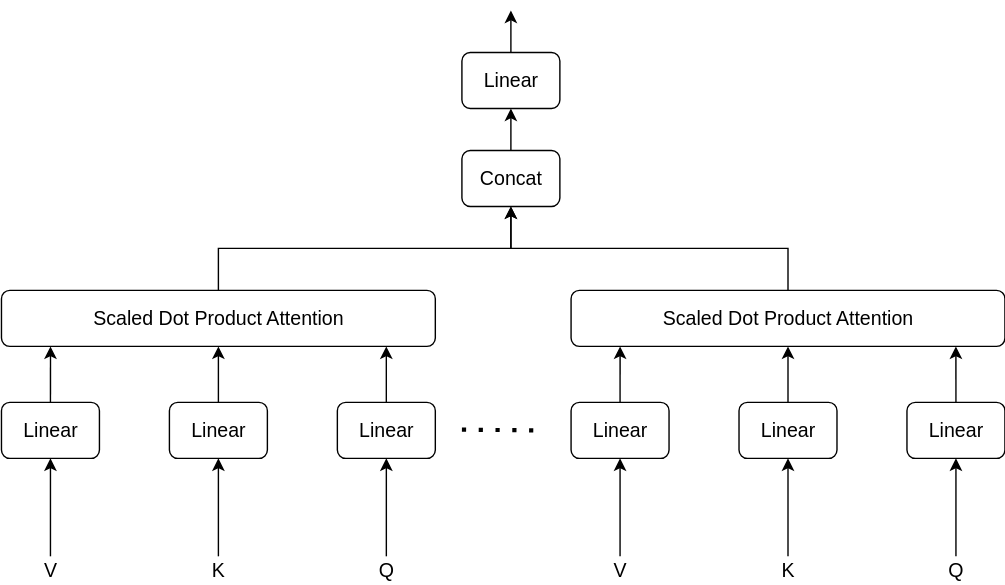
This is images/MultiHeadsAttention.svg from caosheng01/Learn_LLM_from_scratch, a draw.io export, as it was before one commit. Source tidied: cells renumbered, new cells last; positions are measured from the earlier drawing's top-left corner, leaving out a move shared by most shapes.
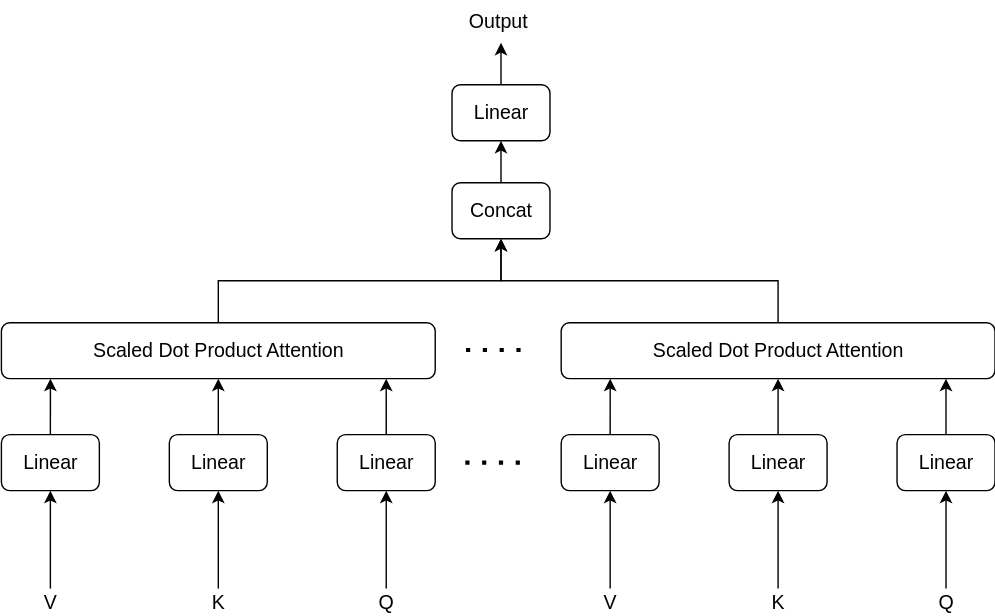
After the commit.

Commit message:
Complete Self-Attention

Diff of the diagram source:
```diff
@@ -2,109 +2,118 @@
   <root>
     <mxCell id="0" />
     <mxCell id="1" parent="0" />
-    <mxCell id="2" style="edgeStyle=orthogonalEdgeStyle;rounded=0;jettySize=auto;html=1;exitX=0.5;exitY=0;exitDx=0;exitDy=0;entryX=0.113;entryY=1;entryDx=0;entryDy=0;entryPerimeter=0;" parent="1" edge="1" source="3" target="9">
-      <mxGeometry relative="1" as="geometry" />
+    <mxCell id="2" style="endArrow=none;dashed=1;html=1;dashPattern=1 3;strokeWidth=3;rounded=0;" parent="1" edge="1">
+      <mxGeometry relative="1" as="geometry">
+        <mxPoint x="338.5" y="219.5" as="sourcePoint" />
+        <mxPoint x="378.5" y="219.5" as="targetPoint" />
+      </mxGeometry>
     </mxCell>
-    <mxCell id="3" value="&lt;font style=&quot;font-size: 14px&quot;&gt;Linear&lt;/font&gt;" style="rounded=1;whiteSpace=wrap;html=1;" parent="1" vertex="1">
-      <mxGeometry x="-0.5" y="280" width="70" height="40" as="geometry" />
+    <mxCell id="3" style="edgeStyle=orthogonalEdgeStyle;rounded=0;jettySize=auto;html=1;exitX=0.5;exitY=0;exitDx=0;exitDy=0;entryX=0.113;entryY=1;entryDx=0;entryDy=0;entryPerimeter=0;" parent="1" edge="1" source="4" target="10">
+      <mxGeometry relative="1" as="geometry" />
     </mxCell>
-    <mxCell id="4" style="edgeStyle=orthogonalEdgeStyle;rounded=0;jettySize=auto;html=1;exitX=0.5;exitY=0;exitDx=0;exitDy=0;entryX=0.5;entryY=1;entryDx=0;entryDy=0;" parent="1" edge="1" source="5" target="9">
-      <mxGeometry relative="1" as="geometry" />
+    <mxCell id="4" value="&lt;font style=&quot;font-size: 14px&quot;&gt;Linear&lt;/font&gt;" style="rounded=1;whiteSpace=wrap;html=1;" parent="1" vertex="1">
+      <mxGeometry x="6.5" y="280" width="70" height="40" as="geometry" />
     </mxCell>
-    <mxCell id="5" value="&lt;font style=&quot;font-size: 14px&quot;&gt;Linear&lt;/font&gt;" style="rounded=1;whiteSpace=wrap;html=1;" parent="1" vertex="1">
-      <mxGeometry x="119.5" y="280" width="70" height="40" as="geometry" />
+    <mxCell id="5" style="edgeStyle=orthogonalEdgeStyle;rounded=0;jettySize=auto;html=1;exitX=0.5;exitY=0;exitDx=0;exitDy=0;entryX=0.5;entryY=1;entryDx=0;entryDy=0;" parent="1" edge="1" source="6" target="10">
+      <mxGeometry relative="1" as="geometry" />
     </mxCell>
-    <mxCell id="6" style="edgeStyle=orthogonalEdgeStyle;rounded=0;jettySize=auto;html=1;exitX=0.5;exitY=0;exitDx=0;exitDy=0;entryX=0.887;entryY=1;entryDx=0;entryDy=0;entryPerimeter=0;" parent="1" edge="1" source="7" target="9">
-      <mxGeometry relative="1" as="geometry" />
+    <mxCell id="6" value="&lt;font style=&quot;font-size: 14px&quot;&gt;Linear&lt;/font&gt;" style="rounded=1;whiteSpace=wrap;html=1;" parent="1" vertex="1">
+      <mxGeometry x="126.5" y="280" width="70" height="40" as="geometry" />
     </mxCell>
-    <mxCell id="7" value="&lt;font style=&quot;font-size: 14px&quot;&gt;Linear&lt;/font&gt;" style="rounded=1;whiteSpace=wrap;html=1;" parent="1" vertex="1">
-      <mxGeometry x="239.5" y="280" width="70" height="40" as="geometry" />
+    <mxCell id="7" style="edgeStyle=orthogonalEdgeStyle;rounded=0;jettySize=auto;html=1;exitX=0.5;exitY=0;exitDx=0;exitDy=0;entryX=0.887;entryY=1;entryDx=0;entryDy=0;entryPerimeter=0;" parent="1" edge="1" source="8" target="10">
+      <mxGeometry relative="1" as="geometry" />
     </mxCell>
-    <mxCell id="8" style="edgeStyle=orthogonalEdgeStyle;rounded=0;jettySize=auto;html=1;exitX=0.5;exitY=0;exitDx=0;exitDy=0;entryX=0.5;entryY=1;entryDx=0;entryDy=0;" parent="1" edge="1" source="9" target="17">
-      <mxGeometry relative="1" as="geometry" />
+    <mxCell id="8" value="&lt;font style=&quot;font-size: 14px&quot;&gt;Linear&lt;/font&gt;" style="rounded=1;whiteSpace=wrap;html=1;" parent="1" vertex="1">
+      <mxGeometry x="246.5" y="280" width="70" height="40" as="geometry" />
     </mxCell>
-    <mxCell id="9" value="&lt;font style=&quot;font-size: 14px&quot;&gt;Scaled Dot Product Attention&lt;/font&gt;" style="rounded=1;whiteSpace=wrap;html=1;" parent="1" vertex="1">
-      <mxGeometry x="-0.5" y="200" width="310" height="40" as="geometry" />
+    <mxCell id="9" style="edgeStyle=orthogonalEdgeStyle;rounded=0;jettySize=auto;html=1;exitX=0.5;exitY=0;exitDx=0;exitDy=0;entryX=0.5;entryY=1;entryDx=0;entryDy=0;" parent="1" edge="1" source="10" target="18">
+      <mxGeometry relative="1" as="geometry" />
     </mxCell>
-    <mxCell id="10" style="edgeStyle=orthogonalEdgeStyle;rounded=0;jettySize=auto;html=1;exitX=0.5;exitY=0;exitDx=0;exitDy=0;" parent="1" edge="1" source="11" target="3">
-      <mxGeometry relative="1" as="geometry" />
+    <mxCell id="10" value="&lt;font style=&quot;font-size: 14px&quot;&gt;Scaled Dot Product Attention&lt;/font&gt;" style="rounded=1;whiteSpace=wrap;html=1;" parent="1" vertex="1">
+      <mxGeometry x="6.5" y="200" width="310" height="40" as="geometry" />
     </mxCell>
-    <mxCell id="11" value="&lt;font style=&quot;font-size: 14px&quot;&gt;V&lt;/font&gt;" style="text;html=1;strokeColor=none;fillColor=none;align=center;verticalAlign=middle;whiteSpace=wrap;rounded=0;" parent="1" vertex="1">
-      <mxGeometry x="14.5" y="390" width="40" height="20" as="geometry" />
+    <mxCell id="11" style="edgeStyle=orthogonalEdgeStyle;rounded=0;jettySize=auto;html=1;exitX=0.5;exitY=0;exitDx=0;exitDy=0;" parent="1" edge="1" source="12" target="4">
+      <mxGeometry relative="1" as="geometry" />
     </mxCell>
-    <mxCell id="12" style="edgeStyle=orthogonalEdgeStyle;rounded=0;jettySize=auto;html=1;exitX=0.5;exitY=0;exitDx=0;exitDy=0;entryX=0.5;entryY=1;entryDx=0;entryDy=0;" parent="1" edge="1" source="13" target="7">
-      <mxGeometry relative="1" as="geometry" />
+    <mxCell id="12" value="&lt;font style=&quot;font-size: 14px&quot;&gt;V&lt;/font&gt;" style="text;html=1;strokeColor=none;fillColor=none;align=center;verticalAlign=middle;whiteSpace=wrap;rounded=0;" parent="1" vertex="1">
+      <mxGeometry x="21.5" y="390" width="40" height="20" as="geometry" />
     </mxCell>
-    <mxCell id="13" value="&lt;font style=&quot;font-size: 14px&quot;&gt;Q&lt;/font&gt;" style="text;html=1;strokeColor=none;fillColor=none;align=center;verticalAlign=middle;whiteSpace=wrap;rounded=0;" parent="1" vertex="1">
-      <mxGeometry x="254.5" y="390" width="40" height="20" as="geometry" />
+    <mxCell id="13" style="edgeStyle=orthogonalEdgeStyle;rounded=0;jettySize=auto;html=1;exitX=0.5;exitY=0;exitDx=0;exitDy=0;entryX=0.5;entryY=1;entryDx=0;entryDy=0;" parent="1" edge="1" source="14" target="8">
+      <mxGeometry relative="1" as="geometry" />
     </mxCell>
-    <mxCell id="14" style="edgeStyle=orthogonalEdgeStyle;rounded=0;jettySize=auto;html=1;exitX=0.5;exitY=0;exitDx=0;exitDy=0;entryX=0.5;entryY=1;entryDx=0;entryDy=0;" parent="1" edge="1" source="15" target="5">
-      <mxGeometry relative="1" as="geometry" />
+    <mxCell id="14" value="&lt;font style=&quot;font-size: 14px&quot;&gt;Q&lt;/font&gt;" style="text;html=1;strokeColor=none;fillColor=none;align=center;verticalAlign=middle;whiteSpace=wrap;rounded=0;" parent="1" vertex="1">
+      <mxGeometry x="261.5" y="390" width="40" height="20" as="geometry" />
     </mxCell>
-    <mxCell id="15" value="&lt;font style=&quot;font-size: 14px&quot;&gt;K&lt;/font&gt;" style="text;html=1;strokeColor=none;fillColor=none;align=center;verticalAlign=middle;whiteSpace=wrap;rounded=0;" parent="1" vertex="1">
-      <mxGeometry x="134.5" y="390" width="40" height="20" as="geometry" />
+    <mxCell id="15" style="edgeStyle=orthogonalEdgeStyle;rounded=0;jettySize=auto;html=1;exitX=0.5;exitY=0;exitDx=0;exitDy=0;entryX=0.5;entryY=1;entryDx=0;entryDy=0;" parent="1" edge="1" source="16" target="6">
+      <mxGeometry relative="1" as="geometry" />
     </mxCell>
-    <mxCell id="16" style="edgeStyle=orthogonalEdgeStyle;rounded=0;jettySize=auto;html=1;exitX=0.5;exitY=0;exitDx=0;exitDy=0;" parent="1" edge="1" source="17" target="34">
-      <mxGeometry relative="1" as="geometry" />
+    <mxCell id="16" value="&lt;font style=&quot;font-size: 14px&quot;&gt;K&lt;/font&gt;" style="text;html=1;strokeColor=none;fillColor=none;align=center;verticalAlign=middle;whiteSpace=wrap;rounded=0;" parent="1" vertex="1">
+      <mxGeometry x="141.5" y="390" width="40" height="20" as="geometry" />
     </mxCell>
-    <mxCell id="17" value="&lt;font style=&quot;font-size: 14px&quot;&gt;Concat&lt;/font&gt;" style="rounded=1;whiteSpace=wrap;html=1;" parent="1" vertex="1">
-      <mxGeometry x="328.5" y="100" width="70" height="40" as="geometry" />
+    <mxCell id="17" style="edgeStyle=orthogonalEdgeStyle;rounded=0;jettySize=auto;html=1;exitX=0.5;exitY=0;exitDx=0;exitDy=0;" parent="1" edge="1" source="18" target="35">
+      <mxGeometry relative="1" as="geometry" />
     </mxCell>
-    <mxCell id="18" style="endArrow=none;dashed=1;html=1;dashPattern=1 3;strokeWidth=3;rounded=0;" parent="1" edge="1">
-      <mxGeometry relative="1" as="geometry">
-        <mxPoint x="328.5" y="299.5" as="sourcePoint" />
-        <mxPoint x="380.5" y="300" as="targetPoint" />
-      </mxGeometry>
+    <mxCell id="18" value="&lt;font style=&quot;font-size: 14px&quot;&gt;Concat&lt;/font&gt;" style="rounded=1;whiteSpace=wrap;html=1;" parent="1" vertex="1">
+      <mxGeometry x="328.5" y="100" width="70" height="40" as="geometry" />
     </mxCell>
-    <mxCell id="19" style="edgeStyle=orthogonalEdgeStyle;rounded=0;jettySize=auto;html=1;exitX=0.5;exitY=0;exitDx=0;exitDy=0;entryX=0.113;entryY=1;entryDx=0;entryDy=0;entryPerimeter=0;" parent="1" edge="1" source="20" target="26">
-      <mxGeometry relative="1" as="geometry" />
+    <mxCell id="19" style="endArrow=none;dashed=1;html=1;dashPattern=1 3;strokeWidth=3;rounded=0;" parent="1" edge="1">
+      <mxGeometry relative="1" as="geometry">
+        <mxPoint x="338" y="300" as="sourcePoint" />
+        <mxPoint x="380.5" y="300" as="targetPoint" />
+      </mxGeometry>
     </mxCell>
-    <mxCell id="20" value="&lt;font style=&quot;font-size: 14px&quot;&gt;Linear&lt;/font&gt;" style="rounded=1;whiteSpace=wrap;html=1;" parent="1" vertex="1">
-      <mxGeometry x="406.5" y="280" width="70" height="40" as="geometry" />
+    <mxCell id="20" style="edgeStyle=orthogonalEdgeStyle;rounded=0;jettySize=auto;html=1;exitX=0.5;exitY=0;exitDx=0;exitDy=0;entryX=0.113;entryY=1;entryDx=0;entryDy=0;entryPerimeter=0;" parent="1" edge="1" source="21" target="27">
+      <mxGeometry relative="1" as="geometry" />
     </mxCell>
-    <mxCell id="21" style="edgeStyle=orthogonalEdgeStyle;rounded=0;jettySize=auto;html=1;exitX=0.5;exitY=0;exitDx=0;exitDy=0;entryX=0.5;entryY=1;entryDx=0;entryDy=0;" parent="1" edge="1" source="22" target="26">
-      <mxGeometry relative="1" as="geometry" />
+    <mxCell id="21" value="&lt;font style=&quot;font-size: 14px&quot;&gt;Linear&lt;/font&gt;" style="rounded=1;whiteSpace=wrap;html=1;" parent="1" vertex="1">
+      <mxGeometry x="406.5" y="280" width="70" height="40" as="geometry" />
     </mxCell>
-    <mxCell id="22" value="&lt;font style=&quot;font-size: 14px&quot;&gt;Linear&lt;/font&gt;" style="rounded=1;whiteSpace=wrap;html=1;" parent="1" vertex="1">
-      <mxGeometry x="526.5" y="280" width="70" height="40" as="geometry" />
+    <mxCell id="22" style="edgeStyle=orthogonalEdgeStyle;rounded=0;jettySize=auto;html=1;exitX=0.5;exitY=0;exitDx=0;exitDy=0;entryX=0.5;entryY=1;entryDx=0;entryDy=0;" parent="1" edge="1" source="23" target="27">
+      <mxGeometry relative="1" as="geometry" />
     </mxCell>
-    <mxCell id="23" style="edgeStyle=orthogonalEdgeStyle;rounded=0;jettySize=auto;html=1;exitX=0.5;exitY=0;exitDx=0;exitDy=0;entryX=0.887;entryY=1;entryDx=0;entryDy=0;entryPerimeter=0;" parent="1" edge="1" source="24" target="26">
-      <mxGeometry relative="1" as="geometry" />
+    <mxCell id="23" value="&lt;font style=&quot;font-size: 14px&quot;&gt;Linear&lt;/font&gt;" style="rounded=1;whiteSpace=wrap;html=1;" parent="1" vertex="1">
+      <mxGeometry x="526.5" y="280" width="70" height="40" as="geometry" />
     </mxCell>
-    <mxCell id="24" value="&lt;font style=&quot;font-size: 14px&quot;&gt;Linear&lt;/font&gt;" style="rounded=1;whiteSpace=wrap;html=1;" parent="1" vertex="1">
-      <mxGeometry x="646.5" y="280" width="70" height="40" as="geometry" />
+    <mxCell id="24" style="edgeStyle=orthogonalEdgeStyle;rounded=0;jettySize=auto;html=1;exitX=0.5;exitY=0;exitDx=0;exitDy=0;entryX=0.887;entryY=1;entryDx=0;entryDy=0;entryPerimeter=0;" parent="1" edge="1" source="25" target="27">
+      <mxGeometry relative="1" as="geometry" />
     </mxCell>
-    <mxCell id="25" style="edgeStyle=orthogonalEdgeStyle;rounded=0;jettySize=auto;html=1;exitX=0.5;exitY=0;exitDx=0;exitDy=0;entryX=0.5;entryY=1;entryDx=0;entryDy=0;" parent="1" edge="1" source="26" target="17">
-      <mxGeometry relative="1" as="geometry" />
+    <mxCell id="25" value="&lt;font style=&quot;font-size: 14px&quot;&gt;Linear&lt;/font&gt;" style="rounded=1;whiteSpace=wrap;html=1;" parent="1" vertex="1">
+      <mxGeometry x="646.5" y="280" width="70" height="40" as="geometry" />
     </mxCell>
-    <mxCell id="26" value="&lt;font style=&quot;font-size: 14px&quot;&gt;Scaled Dot Product Attention&lt;/font&gt;" style="rounded=1;whiteSpace=wrap;html=1;" parent="1" vertex="1">
-      <mxGeometry x="406.5" y="200" width="310" height="40" as="geometry" />
+    <mxCell id="26" style="edgeStyle=orthogonalEdgeStyle;rounded=0;jettySize=auto;html=1;exitX=0.5;exitY=0;exitDx=0;exitDy=0;entryX=0.5;entryY=1;entryDx=0;entryDy=0;" parent="1" edge="1" source="27" target="18">
+      <mxGeometry relative="1" as="geometry" />
     </mxCell>
-    <mxCell id="27" style="edgeStyle=orthogonalEdgeStyle;rounded=0;jettySize=auto;html=1;exitX=0.5;exitY=0;exitDx=0;exitDy=0;" parent="1" edge="1" source="28" target="20">
-      <mxGeometry relative="1" as="geometry" />
+    <mxCell id="27" value="&lt;font style=&quot;font-size: 14px&quot;&gt;Scaled Dot Product Attention&lt;/font&gt;" style="rounded=1;whiteSpace=wrap;html=1;" parent="1" vertex="1">
+      <mxGeometry x="406.5" y="200" width="310" height="40" as="geometry" />
     </mxCell>
-    <mxCell id="28" value="&lt;font style=&quot;font-size: 14px&quot;&gt;V&lt;/font&gt;" style="text;html=1;strokeColor=none;fillColor=none;align=center;verticalAlign=middle;whiteSpace=wrap;rounded=0;" parent="1" vertex="1">
-      <mxGeometry x="421.5" y="390" width="40" height="20" as="geometry" />
+    <mxCell id="28" style="edgeStyle=orthogonalEdgeStyle;rounded=0;jettySize=auto;html=1;exitX=0.5;exitY=0;exitDx=0;exitDy=0;" parent="1" edge="1" source="29" target="21">
+      <mxGeometry relative="1" as="geometry" />
     </mxCell>
-    <mxCell id="29" style="edgeStyle=orthogonalEdgeStyle;rounded=0;jettySize=auto;html=1;exitX=0.5;exitY=0;exitDx=0;exitDy=0;entryX=0.5;entryY=1;entryDx=0;entryDy=0;" parent="1" edge="1" source="30" target="24">
-      <mxGeometry relative="1" as="geometry" />
+    <mxCell id="29" value="&lt;font style=&quot;font-size: 14px&quot;&gt;V&lt;/font&gt;" style="text;html=1;strokeColor=none;fillColor=none;align=center;verticalAlign=middle;whiteSpace=wrap;rounded=0;" parent="1" vertex="1">
+      <mxGeometry x="421.5" y="390" width="40" height="20" as="geometry" />
     </mxCell>
-    <mxCell id="30" value="&lt;font style=&quot;font-size: 14px&quot;&gt;Q&lt;/font&gt;" style="text;html=1;strokeColor=none;fillColor=none;align=center;verticalAlign=middle;whiteSpace=wrap;rounded=0;" parent="1" vertex="1">
-      <mxGeometry x="661.5" y="390" width="40" height="20" as="geometry" />
+    <mxCell id="30" style="edgeStyle=orthogonalEdgeStyle;rounded=0;jettySize=auto;html=1;exitX=0.5;exitY=0;exitDx=0;exitDy=0;entryX=0.5;entryY=1;entryDx=0;entryDy=0;" parent="1" edge="1" source="31" target="25">
+      <mxGeometry relative="1" as="geometry" />
     </mxCell>
-    <mxCell id="31" style="edgeStyle=orthogonalEdgeStyle;rounded=0;jettySize=auto;html=1;exitX=0.5;exitY=0;exitDx=0;exitDy=0;entryX=0.5;entryY=1;entryDx=0;entryDy=0;" parent="1" edge="1" source="32" target="22">
-      <mxGeometry relative="1" as="geometry" />
+    <mxCell id="31" value="&lt;font style=&quot;font-size: 14px&quot;&gt;Q&lt;/font&gt;" style="text;html=1;strokeColor=none;fillColor=none;align=center;verticalAlign=middle;whiteSpace=wrap;rounded=0;" parent="1" vertex="1">
+      <mxGeometry x="661.5" y="390" width="40" height="20" as="geometry" />
     </mxCell>
-    <mxCell id="32" value="&lt;font style=&quot;font-size: 14px&quot;&gt;K&lt;/font&gt;" style="text;html=1;strokeColor=none;fillColor=none;align=center;verticalAlign=middle;whiteSpace=wrap;rounded=0;" parent="1" vertex="1">
-      <mxGeometry x="541.5" y="390" width="40" height="20" as="geometry" />
+    <mxCell id="32" style="edgeStyle=orthogonalEdgeStyle;rounded=0;jettySize=auto;html=1;exitX=0.5;exitY=0;exitDx=0;exitDy=0;entryX=0.5;entryY=1;entryDx=0;entryDy=0;" parent="1" edge="1" source="33" target="23">
+      <mxGeometry relative="1" as="geometry" />
     </mxCell>
-    <mxCell id="33" style="edgeStyle=orthogonalEdgeStyle;rounded=0;jettySize=auto;html=1;exitX=0.5;exitY=0;exitDx=0;exitDy=0;" parent="1" edge="1" source="34">
-      <mxGeometry relative="1" as="geometry">
-        <mxPoint x="363.5" as="targetPoint" />
-      </mxGeometry>
+    <mxCell id="33" value="&lt;font style=&quot;font-size: 14px&quot;&gt;K&lt;/font&gt;" style="text;html=1;strokeColor=none;fillColor=none;align=center;verticalAlign=middle;whiteSpace=wrap;rounded=0;" parent="1" vertex="1">
+      <mxGeometry x="541.5" y="390" width="40" height="20" as="geometry" />
     </mxCell>
-    <mxCell id="34" value="&lt;font style=&quot;font-size: 14px&quot;&gt;Linear&lt;/font&gt;" style="rounded=1;whiteSpace=wrap;html=1;" parent="1" vertex="1">
-      <mxGeometry x="328.5" y="30" width="70" height="40" as="geometry" />
+    <mxCell id="34" style="edgeStyle=orthogonalEdgeStyle;rounded=0;jettySize=auto;html=1;exitX=0.5;exitY=0;exitDx=0;exitDy=0;" parent="1" edge="1" source="35">
+      <mxGeometry relative="1" as="geometry">
+        <mxPoint x="363.5" as="targetPoint" />
+      </mxGeometry>
     </mxCell>
+    <mxCell id="35" value="&lt;font style=&quot;font-size: 14px&quot;&gt;Linear&lt;/font&gt;" style="rounded=1;whiteSpace=wrap;html=1;" parent="1" vertex="1">
+      <mxGeometry x="328.5" y="30" width="70" height="40" as="geometry" />
+    </mxCell>
+    <mxCell id="36" value="&lt;span style=&quot;color: rgb(0, 0, 0); font-family: Helvetica; font-size: 14px; font-style: normal; font-variant-ligatures: normal; font-variant-caps: normal; font-weight: 400; letter-spacing: normal; orphans: 2; text-align: center; text-indent: 0px; text-transform: none; widows: 2; word-spacing: 0px; -webkit-text-stroke-width: 0px; background-color: rgb(251, 251, 251); text-decoration-thickness: initial; text-decoration-style: initial; text-decoration-color: initial; float: none; display: inline !important;&quot;&gt;Output&lt;/span&gt;" style="text;whiteSpace=wrap;html=1;" parent="1" vertex="1">
+      <mxGeometry x="338.5" y="-30" width="60" height="30" as="geometry" />
+    </mxCell>
   </root>
 </mxGraphModel>
```
